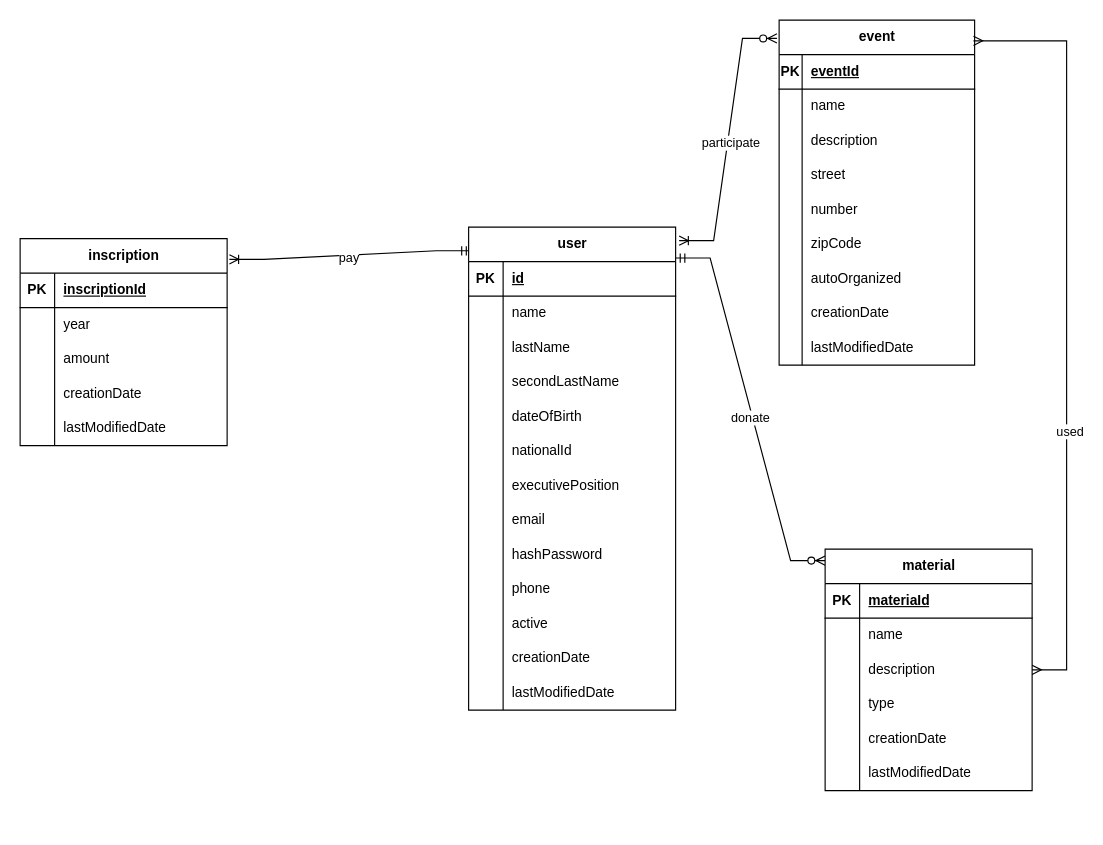
raulG91/retromaniacos_backend keeps this draw.io diagram as page "E_R" (1 of 2) of diagram_E_R_Extended.drawio. Above is the earlier version. Source tidied: cells renumbered, new cells numbered last; positions are measured from the earlier drawing's top-left corner, leaving out a move shared by most shapes. Both pictures are drawn from the tidied source at 115%, with x=0, y=0 at pixel (20, 20).
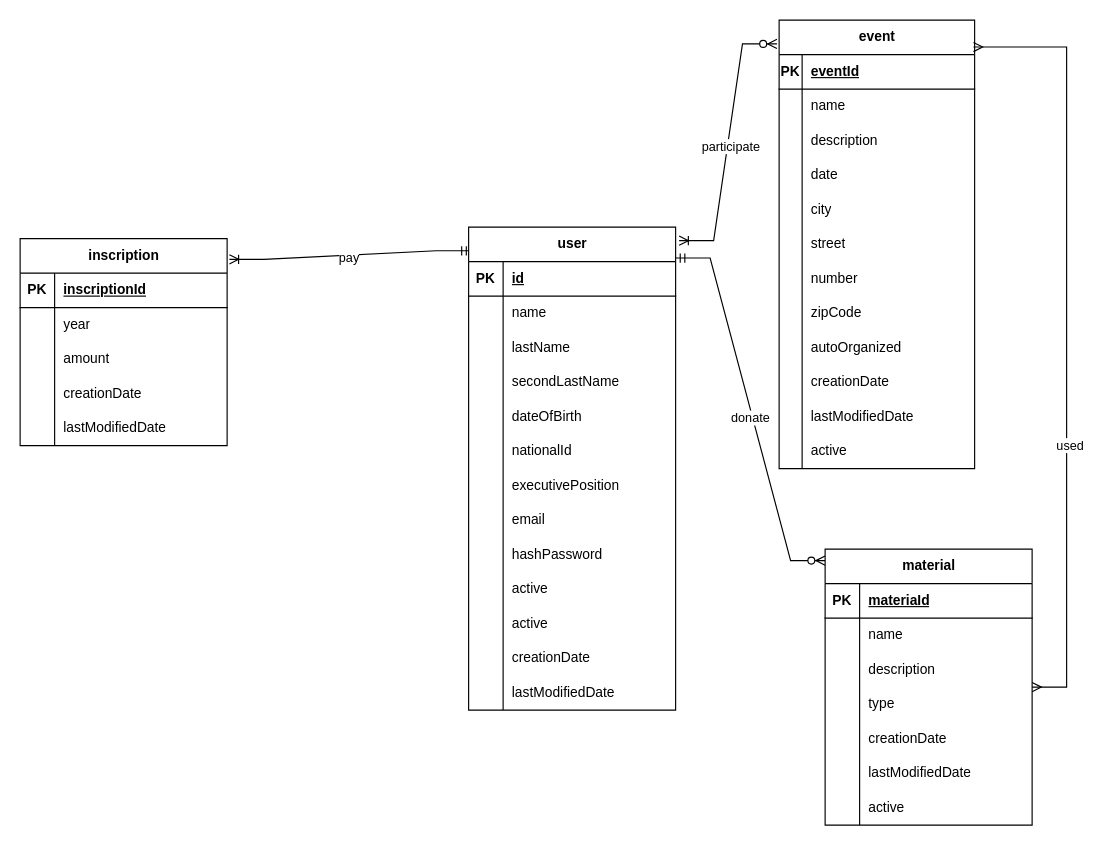
After the change.

Unchanged cells that the change refers to:
```xml
<mxCell id="36" style="shape=tableRow;horizontal=0;startSize=0;swimlaneHead=0;swimlaneBody=0;fillColor=none;top=0;left=0;right=0;bottom=0;" parent="8" vertex="1">
  <mxGeometry y="300" width="180" height="30" as="geometry" />
</mxCell>
```

What changed in the source:
```diff
@@
-    <mxCell id="38" value="phone" style="shape=partialRectangle;fillColor=none;top=0;left=0;bottom=0;right=0;align=left;spacingLeft=6;overflow=hidden;whiteSpace=wrap;html=1;" parent="36" vertex="1">
+    <mxCell id="38" value="active" style="shape=partialRectangle;fillColor=none;top=0;left=0;bottom=0;right=0;align=left;spacingLeft=6;overflow=hidden;whiteSpace=wrap;html=1;" parent="36" vertex="1">
       <mxGeometry x="30" width="150" height="30" as="geometry" />
     </mxCell>
@@
     <mxCell id="48" value="event" style="shape=table;startSize=30;childLayout=tableLayout;rowLines=0;fontStyle=1;align=center;html=1;" parent="1" vertex="1">
-      <mxGeometry x="660" width="170" height="300" as="geometry" />
+      <mxGeometry x="660" width="170" height="390" as="geometry" />
     </mxCell>
@@
+    <mxCell id="113" style="shape=tableRow;horizontal=0;startSize=0;swimlaneHead=0;swimlaneBody=0;fillColor=none;top=0;left=0;right=0;bottom=0;" parent="48" vertex="1">
+      <mxGeometry y="120" width="170" height="30" as="geometry" />
+    </mxCell>
+    <mxCell id="114" style="shape=partialRectangle;fillColor=none;top=0;left=0;bottom=0;right=0;overflow=hidden;whiteSpace=wrap;html=1;" parent="113" vertex="1">
+      <mxGeometry width="20" height="30" as="geometry" />
+    </mxCell>
+    <mxCell id="115" value="date" style="shape=partialRectangle;fillColor=none;top=0;left=0;bottom=0;right=0;align=left;spacingLeft=6;overflow=hidden;whiteSpace=wrap;html=1;" parent="113" vertex="1">
+      <mxGeometry x="20" width="150" height="30" as="geometry" />
+    </mxCell>
+    <mxCell id="116" style="shape=tableRow;horizontal=0;startSize=0;swimlaneHead=0;swimlaneBody=0;fillColor=none;top=0;left=0;right=0;bottom=0;" parent="48" vertex="1">
+      <mxGeometry y="150" width="170" height="30" as="geometry" />
+    </mxCell>
+    <mxCell id="117" style="shape=partialRectangle;fillColor=none;top=0;left=0;bottom=0;right=0;overflow=hidden;whiteSpace=wrap;html=1;" parent="116" vertex="1">
+      <mxGeometry width="20" height="30" as="geometry" />
+    </mxCell>
+    <mxCell id="118" value="city" style="shape=partialRectangle;fillColor=none;top=0;left=0;bottom=0;right=0;align=left;spacingLeft=6;overflow=hidden;whiteSpace=wrap;html=1;" parent="116" vertex="1">
+      <mxGeometry x="20" width="150" height="30" as="geometry" />
+    </mxCell>
     <mxCell id="58" style="shape=tableRow;horizontal=0;startSize=0;swimlaneHead=0;swimlaneBody=0;fillColor=none;top=0;left=0;right=0;bottom=0;" parent="48" vertex="1">
-      <mxGeometry y="120" width="170" height="30" as="geometry" />
+      <mxGeometry y="180" width="170" height="30" as="geometry" />
     </mxCell>
@@
     <mxCell id="61" style="shape=tableRow;horizontal=0;startSize=0;swimlaneHead=0;swimlaneBody=0;fillColor=none;top=0;left=0;right=0;bottom=0;" parent="48" vertex="1">
-      <mxGeometry y="150" width="170" height="30" as="geometry" />
+      <mxGeometry y="210" width="170" height="30" as="geometry" />
     </mxCell>
@@
     <mxCell id="64" style="shape=tableRow;horizontal=0;startSize=0;swimlaneHead=0;swimlaneBody=0;fillColor=none;top=0;left=0;right=0;bottom=0;" parent="48" vertex="1">
-      <mxGeometry y="180" width="170" height="30" as="geometry" />
+      <mxGeometry y="240" width="170" height="30" as="geometry" />
     </mxCell>
@@
     <mxCell id="67" style="shape=tableRow;horizontal=0;startSize=0;swimlaneHead=0;swimlaneBody=0;fillColor=none;top=0;left=0;right=0;bottom=0;" parent="48" vertex="1">
-      <mxGeometry y="210" width="170" height="30" as="geometry" />
+      <mxGeometry y="270" width="170" height="30" as="geometry" />
     </mxCell>
@@
     <mxCell id="70" style="shape=tableRow;horizontal=0;startSize=0;swimlaneHead=0;swimlaneBody=0;fillColor=none;top=0;left=0;right=0;bottom=0;" parent="48" vertex="1">
-      <mxGeometry y="240" width="170" height="30" as="geometry" />
+      <mxGeometry y="300" width="170" height="30" as="geometry" />
     </mxCell>
@@
     <mxCell id="73" style="shape=tableRow;horizontal=0;startSize=0;swimlaneHead=0;swimlaneBody=0;fillColor=none;top=0;left=0;right=0;bottom=0;" parent="48" vertex="1">
-      <mxGeometry y="270" width="170" height="30" as="geometry" />
+      <mxGeometry y="330" width="170" height="30" as="geometry" />
     </mxCell>
@@
+    <mxCell id="119" style="shape=tableRow;horizontal=0;startSize=0;swimlaneHead=0;swimlaneBody=0;fillColor=none;top=0;left=0;right=0;bottom=0;" parent="48" vertex="1">
+      <mxGeometry y="360" width="170" height="30" as="geometry" />
+    </mxCell>
+    <mxCell id="120" style="shape=partialRectangle;fillColor=none;top=0;left=0;bottom=0;right=0;overflow=hidden;whiteSpace=wrap;html=1;" parent="119" vertex="1">
+      <mxGeometry width="20" height="30" as="geometry" />
+    </mxCell>
+    <mxCell id="121" value="active" style="shape=partialRectangle;fillColor=none;top=0;left=0;bottom=0;right=0;align=left;spacingLeft=6;overflow=hidden;whiteSpace=wrap;html=1;" parent="119" vertex="1">
+      <mxGeometry x="20" width="150" height="30" as="geometry" />
+    </mxCell>
     <mxCell id="76" value="material" style="shape=table;startSize=30;childLayout=tableLayout;rowLines=0;fontStyle=1;align=center;html=1;" parent="1" vertex="1">
-      <mxGeometry x="700" y="460" width="180" height="210" as="geometry" />
+      <mxGeometry x="700" y="460" width="180" height="240" as="geometry" />
     </mxCell>
@@
+    <mxCell id="122" style="shape=tableRow;horizontal=0;startSize=0;swimlaneHead=0;swimlaneBody=0;fillColor=none;top=0;left=0;right=0;bottom=0;" parent="76" vertex="1">
+      <mxGeometry y="210" width="180" height="30" as="geometry" />
+    </mxCell>
+    <mxCell id="123" style="shape=partialRectangle;fillColor=none;top=0;left=0;bottom=0;right=0;overflow=hidden;whiteSpace=wrap;html=1;" parent="122" vertex="1">
+      <mxGeometry width="30" height="30" as="geometry" />
+    </mxCell>
+    <mxCell id="124" value="active" style="shape=partialRectangle;fillColor=none;top=0;left=0;bottom=0;right=0;align=left;spacingLeft=6;overflow=hidden;whiteSpace=wrap;html=1;" parent="122" vertex="1">
+      <mxGeometry x="30" width="150" height="30" as="geometry" />
+    </mxCell>
```
